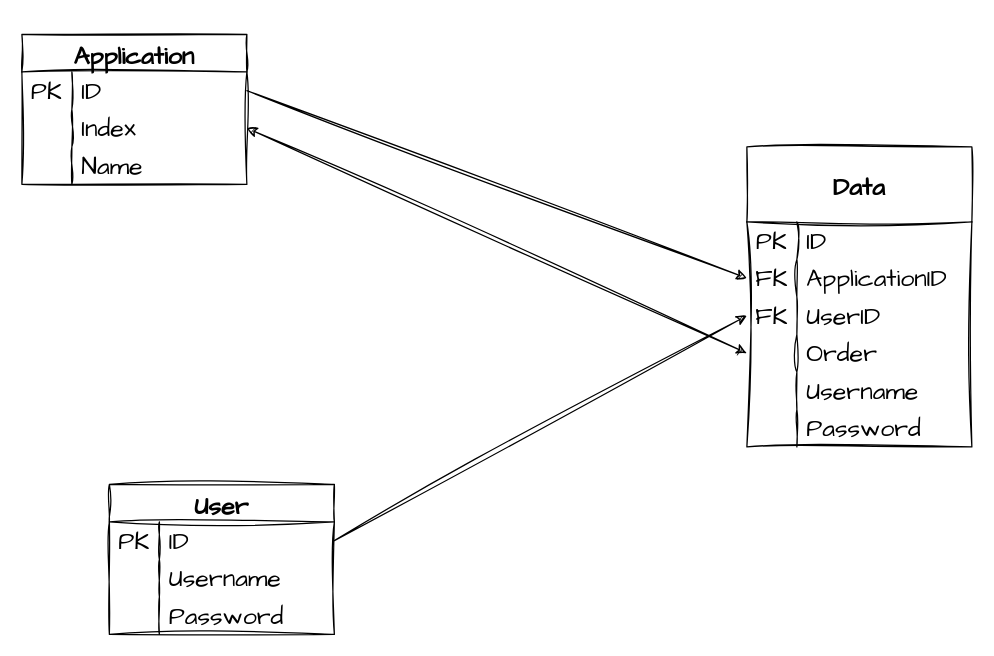
Above: application/data/dataroute.drawio in Mainm0e/PasswordManager (draw.io), before the change. Source tidied: cells renumbered, new cells numbered last; positions are measured from the earlier drawing's top-left corner, leaving out a move shared by most shapes. Both pictures are drawn from the tidied source at 125%, with x=0, y=0 at pixel (21, 34).
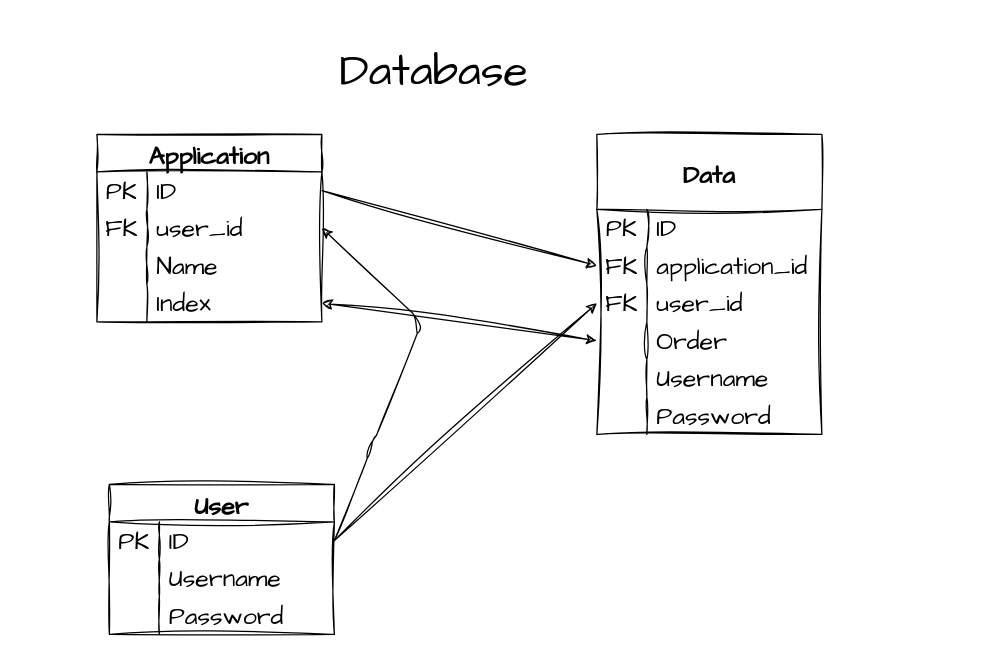
Above is the later version.

Commit message (it also covers changes not shown here):
update database tables

The change refers to these unchanged cells:
```xml
<mxCell id="5" style="shape=tableRow;horizontal=0;startSize=0;swimlaneHead=0;swimlaneBody=0;top=0;left=0;bottom=0;right=0;fillColor=none;points=[[0,0.5],[1,0.5]];portConstraint=eastwest;sketch=1;hachureGap=4;jiggle=2;curveFitting=1;fontFamily=Architects Daughter;fontSize=20;" parent="4" vertex="1">
  <mxGeometry y="30" width="180" height="30" as="geometry" />
</mxCell>
<mxCell id="18" style="shape=tableRow;horizontal=0;startSize=0;swimlaneHead=0;swimlaneBody=0;top=0;left=0;bottom=0;right=0;fillColor=none;points=[[0,0.5],[1,0.5]];portConstraint=eastwest;sketch=1;hachureGap=4;jiggle=2;curveFitting=1;fontFamily=Architects Daughter;fontSize=20;" parent="14" vertex="1">
  <mxGeometry y="60" width="180" height="30" as="geometry" />
</mxCell>
<mxCell id="28" style="shape=tableRow;horizontal=0;startSize=0;swimlaneHead=0;swimlaneBody=0;top=0;left=0;bottom=0;right=0;fillColor=none;points=[[0,0.5],[1,0.5]];portConstraint=eastwest;sketch=1;hachureGap=4;jiggle=2;curveFitting=1;fontFamily=Architects Daughter;fontSize=20;" parent="24" vertex="1">
  <mxGeometry y="90" width="180" height="30" as="geometry" />
</mxCell>
<mxCell id="31" style="shape=tableRow;horizontal=0;startSize=0;swimlaneHead=0;swimlaneBody=0;top=0;left=0;bottom=0;right=0;fillColor=none;points=[[0,0.5],[1,0.5]];portConstraint=eastwest;sketch=1;hachureGap=4;jiggle=2;curveFitting=1;fontFamily=Architects Daughter;fontSize=20;" parent="24" vertex="1">
  <mxGeometry y="120" width="180" height="30" as="geometry" />
</mxCell>
<mxCell id="34" style="shape=tableRow;horizontal=0;startSize=0;swimlaneHead=0;swimlaneBody=0;top=0;left=0;bottom=0;right=0;fillColor=none;points=[[0,0.5],[1,0.5]];portConstraint=eastwest;sketch=1;hachureGap=4;jiggle=2;curveFitting=1;fontFamily=Architects Daughter;fontSize=20;" parent="24" vertex="1">
  <mxGeometry y="150" width="180" height="30" as="geometry" />
</mxCell>
```

The edit, as a diff of the source:
```diff
@@
     <mxCell id="14" value="Application" style="shape=table;startSize=30;childLayout=tableLayout;rowLines=0;fontStyle=1;sketch=1;hachureGap=4;jiggle=2;curveFitting=1;fontFamily=Architects Daughter;fontSize=20;fillColor=none;" parent="1" vertex="1">
-      <mxGeometry width="180" height="120" as="geometry" />
+      <mxGeometry x="60" y="80" width="180" height="150" as="geometry" />
     </mxCell>
@@
-    <mxCell id="19" style="shape=partialRectangle;html=1;whiteSpace=wrap;fillColor=none;top=0;left=0;bottom=0;right=0;overflow=hidden;sketch=1;hachureGap=4;jiggle=2;curveFitting=1;fontFamily=Architects Daughter;fontSize=20;" parent="18" vertex="1">
+    <mxCell id="19" value="FK" style="shape=partialRectangle;html=1;whiteSpace=wrap;fillColor=none;top=0;left=0;bottom=0;right=0;overflow=hidden;sketch=1;hachureGap=4;jiggle=2;curveFitting=1;fontFamily=Architects Daughter;fontSize=20;" parent="18" vertex="1">
       <mxGeometry width="40" height="30" as="geometry" />
     </mxCell>
-    <mxCell id="20" value="Index" style="shape=partialRectangle;html=1;whiteSpace=wrap;fillColor=none;top=0;left=0;bottom=0;right=0;align=left;spacingLeft=6;overflow=hidden;sketch=1;hachureGap=4;jiggle=2;curveFitting=1;fontFamily=Architects Daughter;fontSize=20;" parent="18" vertex="1">
+    <mxCell id="20" value="user_id" style="shape=partialRectangle;html=1;whiteSpace=wrap;fillColor=none;top=0;left=0;bottom=0;right=0;align=left;spacingLeft=6;overflow=hidden;sketch=1;hachureGap=4;jiggle=2;curveFitting=1;fontFamily=Architects Daughter;fontSize=20;" parent="18" vertex="1">
       <mxGeometry x="40" width="140" height="30" as="geometry" />
     </mxCell>
@@
+    <mxCell id="44" style="shape=tableRow;horizontal=0;startSize=0;swimlaneHead=0;swimlaneBody=0;top=0;left=0;bottom=0;right=0;fillColor=none;points=[[0,0.5],[1,0.5]];portConstraint=eastwest;sketch=1;hachureGap=4;jiggle=2;curveFitting=1;fontFamily=Architects Daughter;fontSize=20;" parent="14" vertex="1">
+      <mxGeometry y="120" width="180" height="30" as="geometry" />
+    </mxCell>
+    <mxCell id="45" style="shape=partialRectangle;html=1;whiteSpace=wrap;fillColor=none;top=0;left=0;bottom=0;right=0;overflow=hidden;sketch=1;hachureGap=4;jiggle=2;curveFitting=1;fontFamily=Architects Daughter;fontSize=20;" parent="44" vertex="1">
+      <mxGeometry width="40" height="30" as="geometry" />
+    </mxCell>
+    <mxCell id="46" value="Index" style="shape=partialRectangle;html=1;whiteSpace=wrap;fillColor=none;top=0;left=0;bottom=0;right=0;align=left;spacingLeft=6;overflow=hidden;sketch=1;hachureGap=4;jiggle=2;curveFitting=1;fontFamily=Architects Daughter;fontSize=20;" parent="44" vertex="1">
+      <mxGeometry x="40" width="140" height="30" as="geometry" />
+    </mxCell>
     <mxCell id="24" value="Data" style="shape=table;startSize=60;childLayout=tableLayout;rowLines=0;fontStyle=1;sketch=1;hachureGap=4;jiggle=2;curveFitting=1;fontFamily=Architects Daughter;fontSize=20;fillColor=none;" parent="1" vertex="1">
-      <mxGeometry x="580" y="90" width="180" height="240" as="geometry" />
+      <mxGeometry x="460" y="80" width="180" height="240" as="geometry" />
     </mxCell>
@@
-    <mxCell id="30" value="ApplicationID" style="shape=partialRectangle;html=1;whiteSpace=wrap;fillColor=none;top=0;left=0;bottom=0;right=0;align=left;spacingLeft=6;overflow=hidden;sketch=1;hachureGap=4;jiggle=2;curveFitting=1;fontFamily=Architects Daughter;fontSize=20;" parent="28" vertex="1">
+    <mxCell id="30" value="application_id" style="shape=partialRectangle;html=1;whiteSpace=wrap;fillColor=none;top=0;left=0;bottom=0;right=0;align=left;spacingLeft=6;overflow=hidden;sketch=1;hachureGap=4;jiggle=2;curveFitting=1;fontFamily=Architects Daughter;fontSize=20;" parent="28" vertex="1">
       <mxGeometry x="40" width="140" height="30" as="geometry" />
     </mxCell>
@@
-    <mxCell id="33" value="UserID" style="shape=partialRectangle;html=1;whiteSpace=wrap;fillColor=none;top=0;left=0;bottom=0;right=0;align=left;spacingLeft=6;overflow=hidden;sketch=1;hachureGap=4;jiggle=2;curveFitting=1;fontFamily=Architects Daughter;fontSize=20;" parent="31" vertex="1">
+    <mxCell id="33" value="user_id" style="shape=partialRectangle;html=1;whiteSpace=wrap;fillColor=none;top=0;left=0;bottom=0;right=0;align=left;spacingLeft=6;overflow=hidden;sketch=1;hachureGap=4;jiggle=2;curveFitting=1;fontFamily=Architects Daughter;fontSize=20;" parent="31" vertex="1">
       <mxGeometry x="40" width="140" height="30" as="geometry" />
     </mxCell>
@@
-    <mxCell id="43" style="endArrow=classic;startArrow=classic;html=1;sketch=1;hachureGap=4;jiggle=2;curveFitting=1;fontFamily=Architects Daughter;fontSize=16;exitX=1;exitY=0.5;exitDx=0;exitDy=0;entryX=0;entryY=0.5;entryDx=0;entryDy=0;" parent="1" edge="1" source="18" target="34">
+    <mxCell id="43" style="endArrow=classic;startArrow=classic;html=1;sketch=1;hachureGap=4;jiggle=2;curveFitting=1;fontFamily=Architects Daughter;fontSize=16;exitX=1;exitY=0.5;exitDx=0;exitDy=0;entryX=0;entryY=0.5;entryDx=0;entryDy=0;" parent="1" edge="1" source="44" target="34">
       <mxGeometry relative="1" as="geometry" />
     </mxCell>
+    <mxCell id="47" value="&lt;font style=&quot;font-size: 36px;&quot;&gt;Database&lt;/font&gt;" style="text;html=1;strokeColor=none;fillColor=none;align=center;verticalAlign=middle;whiteSpace=wrap;rounded=0;sketch=1;hachureGap=4;jiggle=2;curveFitting=1;fontFamily=Architects Daughter;fontSize=20;" parent="1" vertex="1">
+      <mxGeometry x="190" y="-10" width="280" height="80" as="geometry" />
+    </mxCell>
+    <mxCell id="48" style="edgeStyle=none;sketch=1;hachureGap=4;jiggle=2;curveFitting=1;html=1;fontFamily=Architects Daughter;fontSize=16;exitX=1;exitY=0.5;exitDx=0;exitDy=0;entryX=1;entryY=0.5;entryDx=0;entryDy=0;" parent="1" edge="1" source="5" target="18">
+      <mxGeometry relative="1" as="geometry">
+        <Array as="points">
+          <mxPoint x="280" y="330" />
+          <mxPoint x="320" y="230" />
+        </Array>
+      </mxGeometry>
+    </mxCell>
```
